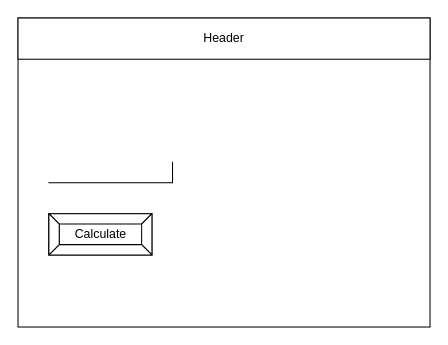
The draw.io diagram design/story-board.drawio in parsa-tahavori/ICS2O-UNIT6-3, before the edit. Source tidied: cells renumbered, new cells numbered last; positions are measured from the earlier drawing's top-left corner, leaving out a move shared by most shapes. Both pictures are drawn from the tidied source at 103%, with x=0, y=0 at pixel (18, 18).
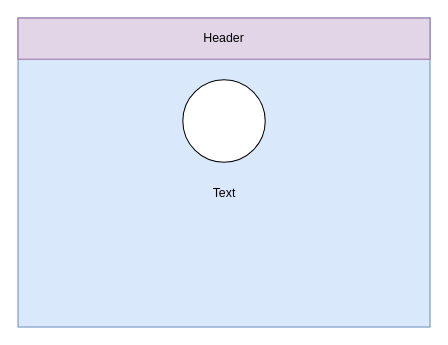
After the change.

What changed in the source:
```diff
@@
 <mxGraphModel>
   <root>
     <mxCell id="0" />
     <mxCell id="1" parent="0" />
-    <mxCell id="2" style="rounded=0;whiteSpace=wrap;html=1;" parent="1" vertex="1">
+    <mxCell id="2" style="rounded=0;whiteSpace=wrap;html=1;fillColor=#dae8fc;strokeColor=#6c8ebf;" parent="1" vertex="1">
       <mxGeometry width="400" height="300" as="geometry" />
     </mxCell>
-    <mxCell id="3" value="Header" style="rounded=0;whiteSpace=wrap;html=1;" parent="1" vertex="1">
+    <mxCell id="3" value="Header" style="rounded=0;whiteSpace=wrap;html=1;fillColor=#e1d5e7;strokeColor=#9673a6;" parent="1" vertex="1">
       <mxGeometry width="400" height="40" as="geometry" />
     </mxCell>
-    <mxCell id="4" style="shape=partialRectangle;whiteSpace=wrap;html=1;top=0;left=0;fillColor=none;" parent="1" vertex="1">
-      <mxGeometry x="30" y="140" width="120" height="20" as="geometry" />
-    </mxCell>
-    <mxCell id="5" value="Calculate" style="labelPosition=center;verticalLabelPosition=middle;align=center;html=1;shape=mxgraph.basic.button;dx=10;" parent="1" vertex="1">
-      <mxGeometry x="30" y="190" width="100" height="40" as="geometry" />
+    <mxCell id="5" style="ellipse;whiteSpace=wrap;html=1;" parent="1" vertex="1">
+      <mxGeometry x="160" y="60" width="80" height="80" as="geometry" />
     </mxCell>
+    <mxCell id="6" value="Text" style="text;html=1;align=center;verticalAlign=middle;strokeColor=none;fillColor=none;" parent="1" vertex="1">
+      <mxGeometry x="180" y="160" width="40" height="20" as="geometry" />
+    </mxCell>
   </root>
 </mxGraphModel>
```
